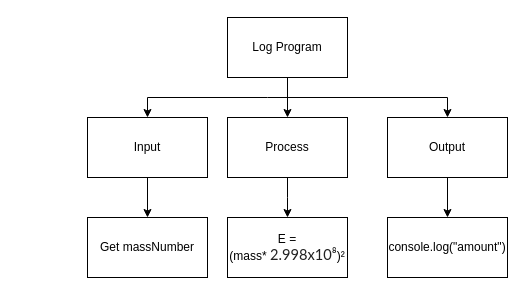
Before: Drawio/Topdown.drawio in JacksonNaufal/ics4u-Assignment-1-typescript, a draw.io diagram. Source tidied: cells renumbered, new cells numbered last; positions are measured from the earlier drawing's top-left corner, leaving out a move shared by most shapes. Both pictures are drawn from the tidied source at 100%, with x=0, y=0 at pixel (87, 17).
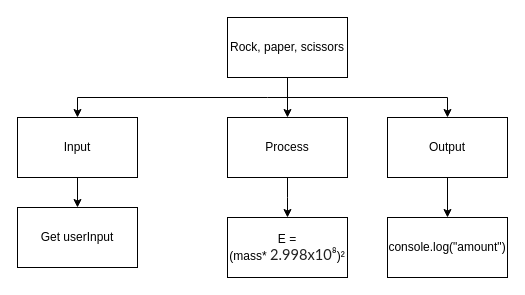
Above is the later version.

The edit, as a diff of the source:
```diff
@@
 <mxGraphModel>
   <root>
     <mxCell id="0" />
     <mxCell id="1" parent="0" />
     <mxCell id="2" style="edgeStyle=none;html=1;" parent="1" edge="1" source="3" target="12">
       <mxGeometry relative="1" as="geometry" />
     </mxCell>
     <mxCell id="3" value="Input" style="rounded=0;whiteSpace=wrap;html=1;" parent="1" vertex="1">
-      <mxGeometry y="100" width="120" height="60" as="geometry" />
+      <mxGeometry x="-70" y="100" width="120" height="60" as="geometry" />
     </mxCell>
     <mxCell id="4" style="edgeStyle=none;html=1;entryX=0.5;entryY=0;entryDx=0;entryDy=0;rounded=0;" parent="1" edge="1" target="3">
       <mxGeometry relative="1" as="geometry">
         <mxPoint x="180" y="80" as="sourcePoint" />
         <Array as="points">
-          <mxPoint x="60" y="80" />
+          <mxPoint x="-10" y="80" />
         </Array>
       </mxGeometry>
     </mxCell>
     <mxCell id="5" style="edgeStyle=none;rounded=0;html=1;entryX=0.5;entryY=0;entryDx=0;entryDy=0;" parent="1" edge="1" target="11">
       <mxGeometry relative="1" as="geometry">
         <mxPoint x="180" y="80" as="sourcePoint" />
         <Array as="points">
           <mxPoint x="360" y="80" />
         </Array>
       </mxGeometry>
     </mxCell>
     <mxCell id="6" style="edgeStyle=none;rounded=0;html=1;" parent="1" edge="1" source="7" target="9">
       <mxGeometry relative="1" as="geometry" />
     </mxCell>
-    <mxCell id="7" value="Log Program" style="rounded=0;whiteSpace=wrap;html=1;" parent="1" vertex="1">
+    <mxCell id="7" value="Rock, paper, scissors" style="rounded=0;whiteSpace=wrap;html=1;" parent="1" vertex="1">
       <mxGeometry x="140" width="120" height="60" as="geometry" />
     </mxCell>
     <mxCell id="8" style="edgeStyle=none;html=1;entryX=0.5;entryY=0;entryDx=0;entryDy=0;rounded=0;" parent="1" edge="1" source="9" target="13">
       <mxGeometry relative="1" as="geometry">
         <Array as="points">
           <mxPoint x="200" y="180" />
         </Array>
       </mxGeometry>
     </mxCell>
     <mxCell id="9" value="Process" style="rounded=0;whiteSpace=wrap;html=1;" parent="1" vertex="1">
       <mxGeometry x="140" y="100" width="120" height="60" as="geometry" />
     </mxCell>
     <mxCell id="10" style="edgeStyle=none;rounded=0;html=1;" parent="1" edge="1" source="11" target="14">
       <mxGeometry relative="1" as="geometry" />
     </mxCell>
     <mxCell id="11" value="Output" style="rounded=0;whiteSpace=wrap;html=1;" parent="1" vertex="1">
       <mxGeometry x="300" y="100" width="120" height="60" as="geometry" />
     </mxCell>
-    <mxCell id="12" value="Get massNumber" style="rounded=0;whiteSpace=wrap;html=1;" parent="1" vertex="1">
-      <mxGeometry y="200" width="120" height="60" as="geometry" />
+    <mxCell id="12" value="Get userInput" style="rounded=0;whiteSpace=wrap;html=1;" parent="1" vertex="1">
+      <mxGeometry x="-70" y="190" width="120" height="60" as="geometry" />
     </mxCell>
     <mxCell id="13" value="E = (mass*&amp;nbsp;&lt;span style=&quot;color: rgb(33 , 33 , 33) ; font-family: &amp;#34;lato&amp;#34; , sans-serif ; font-size: 14.6667px ; text-align: left&quot;&gt;2.998x10⁸&lt;/span&gt;)²" style="rounded=0;whiteSpace=wrap;html=1;" parent="1" vertex="1">
       <mxGeometry x="140" y="200" width="120" height="60" as="geometry" />
     </mxCell>
     <mxCell id="14" value="console.log(&quot;amount&quot;)" style="rounded=0;whiteSpace=wrap;html=1;" parent="1" vertex="1">
       <mxGeometry x="300" y="200" width="120" height="60" as="geometry" />
     </mxCell>
   </root>
 </mxGraphModel>
```
